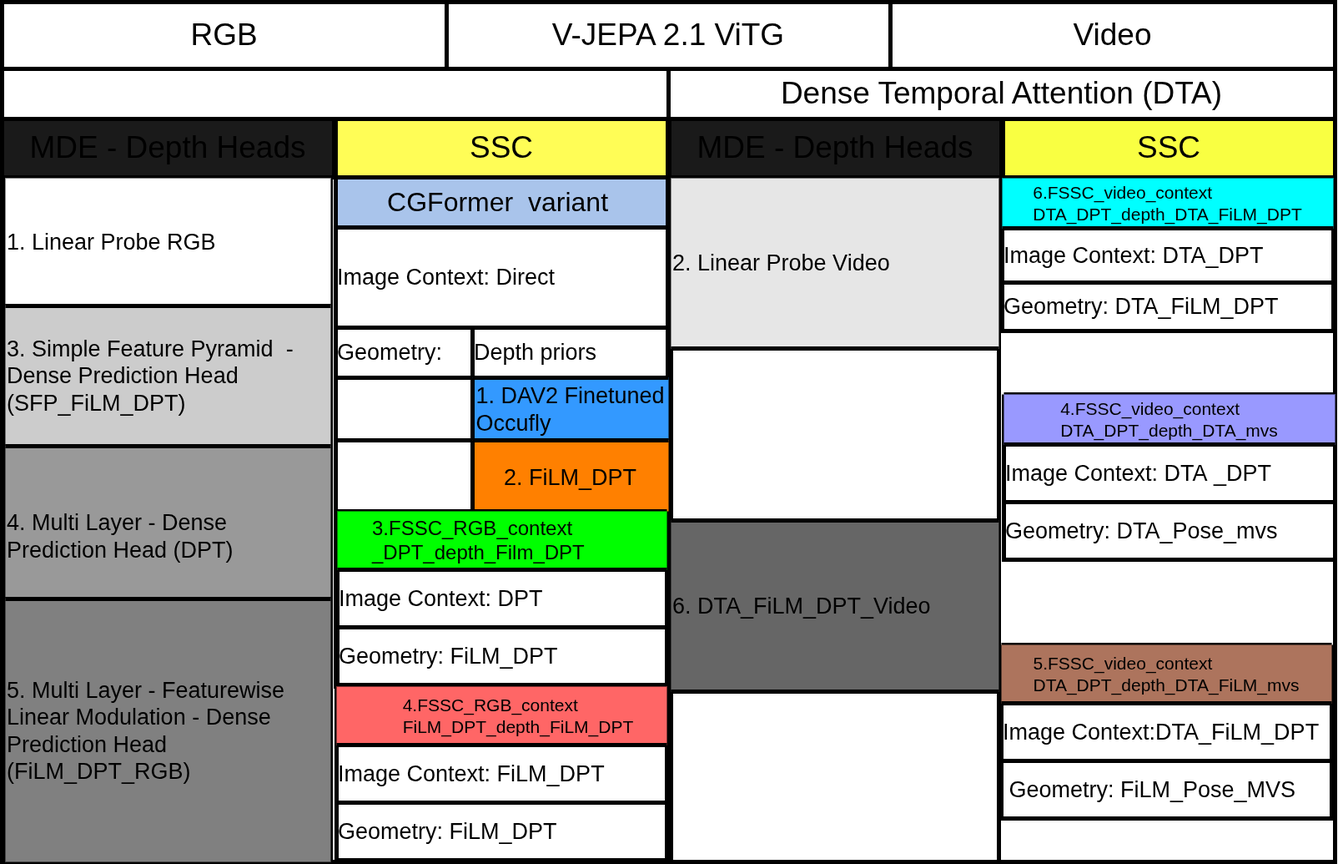
Earlier version of the draw.io export content/images/overview/ev.drawio.png (EXPX3/accv2026_2). Source tidied: cells renumbered, new cells last; positions are measured from the earlier drawing's top-left corner, leaving out a move shared by most shapes.
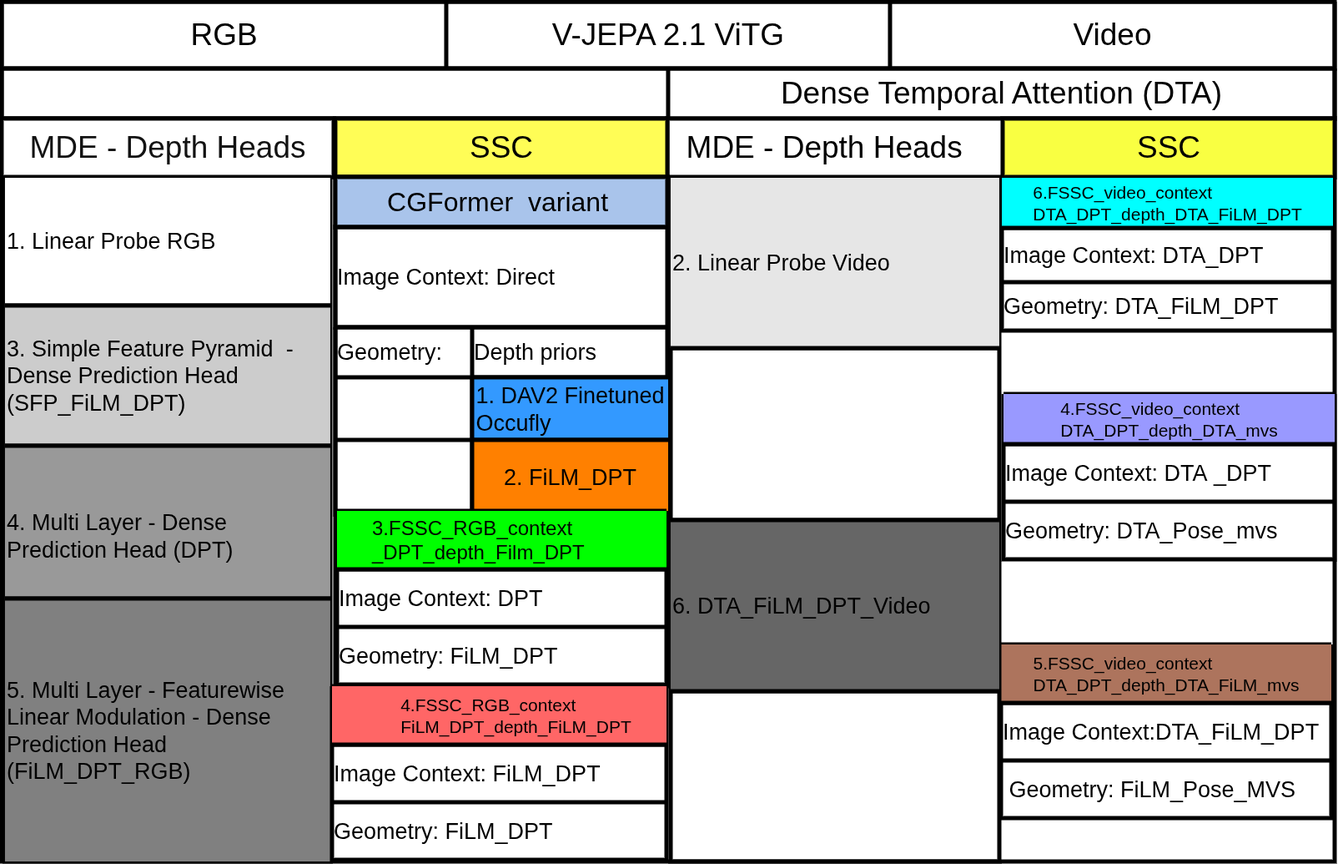
After the change.

Commit message:
for accv26: update paper sources and figures

The edit, as a diff of the source:
```diff
@@ -2,6 +2,9 @@
   <root>
     <mxCell id="0" />
     <mxCell id="1" parent="0" />
+    <mxCell id="9" value="i" style="rounded=0;whiteSpace=wrap;html=1;strokeColor=light-dark(#000000,#000000);fillColor=none;strokeWidth=5;fontColor=light-dark(#000000,#000000);" parent="1" vertex="1">
+      <mxGeometry width="1598" height="1030" as="geometry" />
+    </mxCell>
     <mxCell id="2" style="shape=table;startSize=0;fixedHeader=1;strokeColor=light-dark(#000000,#000000);strokeWidth=5;fontColor=light-dark(#000000,#000000);" parent="1" vertex="1">
       <mxGeometry x="1198" y="770" width="396" height="208" as="geometry" />
     </mxCell>
@@ -23,9 +26,6 @@
     <mxCell id="8" value="&lt;font style=&quot;font-size: 27px;&quot;&gt;&lt;span style=&quot;&quot;&gt;&amp;nbsp;Geometry:&amp;nbsp;&lt;/span&gt;&lt;span style=&quot;&quot;&gt;FiLM_Pose_MVS&lt;/span&gt;&lt;/font&gt;" style="shape=partialRectangle;html=1;whiteSpace=wrap;strokeColor=light-dark(#000000,#000000);overflow=hidden;fillColor=none;top=0;left=0;bottom=0;right=0;align=left;strokeWidth=5;fontColor=light-dark(#000000,#000000);" parent="7" vertex="1">
       <mxGeometry width="396" height="69" as="geometry" />
     </mxCell>
-    <mxCell id="9" value="i" style="rounded=0;whiteSpace=wrap;html=1;strokeColor=light-dark(#000000,#000000);fillColor=none;strokeWidth=5;fontColor=light-dark(#000000,#000000);" parent="1" vertex="1">
-      <mxGeometry width="1598" height="1030" as="geometry" />
-    </mxCell>
     <mxCell id="10" style="shape=table;startSize=0;fixedHeader=1;fillColor=none;strokeColor=light-dark(#000000,#000000);strokeWidth=5;fontColor=light-dark(#000000,#000000);" parent="1" vertex="1">
       <mxGeometry width="1598" height="80" as="geometry" />
     </mxCell>
@@ -56,18 +56,15 @@
     <mxCell id="19" value="&lt;table&gt;&lt;tbody&gt;&lt;tr&gt;&lt;td&gt;&lt;br&gt;&lt;/td&gt;&lt;td&gt;&lt;br&gt;&lt;/td&gt;&lt;/tr&gt;&lt;/tbody&gt;&lt;/table&gt;" style="rounded=0;whiteSpace=wrap;html=1;strokeColor=light-dark(#000000,#000000);strokeWidth=5;fontColor=light-dark(#000000,#000000);" parent="1" vertex="1">
       <mxGeometry y="140" width="798" height="70" as="geometry" />
     </mxCell>
-    <mxCell id="20" style="rounded=0;whiteSpace=wrap;html=1;strokeColor=light-dark(#000000,#000000);strokeWidth=5;fontColor=light-dark(#000000,#000000);" parent="1" vertex="1">
+    <mxCell id="20" value="&lt;span style=&quot;font-size: 37px;&quot;&gt;&amp;nbsp; MDE - Depth Heads&lt;/span&gt;" style="rounded=0;whiteSpace=wrap;html=1;strokeColor=light-dark(#000000,#000000);strokeWidth=5;fontColor=light-dark(#000000,#000000);fillColor=light-dark(#FFFFFF,#FFFFFF);align=left;" parent="1" vertex="1">
       <mxGeometry x="798" y="140" width="798" height="70" as="geometry" />
     </mxCell>
-    <mxCell id="21" value="&lt;div style=&quot;text-align: left;&quot;&gt;&lt;span style=&quot;font-size: 37px;&quot;&gt;MDE - Depth Heads&lt;/span&gt;&lt;/div&gt;" style="rounded=0;whiteSpace=wrap;html=1;fillColor=light-dark(#FFFFFF,#1A1A1A);strokeColor=light-dark(#000000,#000000);strokeWidth=5;fontColor=light-dark(#000000,#000000);" parent="1" vertex="1">
+    <mxCell id="21" value="&lt;div style=&quot;text-align: left;&quot;&gt;&lt;span style=&quot;font-size: 37px;&quot;&gt;MDE - Depth Heads&lt;/span&gt;&lt;/div&gt;" style="rounded=0;whiteSpace=wrap;html=1;fillColor=light-dark(#000000,#FFFFFF);strokeColor=light-dark(#000000,#000000);strokeWidth=5;fontColor=#ffffff;" parent="1" vertex="1">
       <mxGeometry y="140" width="398" height="70" as="geometry" />
     </mxCell>
     <mxCell id="22" value="&lt;div style=&quot;text-align: left;&quot;&gt;&lt;span style=&quot;font-size: 37px;&quot;&gt;&lt;font style=&quot;&quot;&gt;SSC&lt;/font&gt;&lt;/span&gt;&lt;/div&gt;" style="rounded=0;whiteSpace=wrap;html=1;fillColor=light-dark(#FFFFFF,#FFFD56);strokeColor=light-dark(#000000,#000000);strokeWidth=5;fontColor=light-dark(#000000,#000000);" parent="1" vertex="1">
       <mxGeometry x="400" y="140" width="398" height="70" as="geometry" />
     </mxCell>
-    <mxCell id="23" value="&lt;div style=&quot;text-align: left;&quot;&gt;&lt;span style=&quot;font-size: 37px;&quot;&gt;MDE - Depth Heads&lt;/span&gt;&lt;/div&gt;" style="rounded=0;whiteSpace=wrap;html=1;fillColor=light-dark(#FFFFFF,#1A1A1A);strokeColor=light-dark(#000000,#000000);strokeWidth=5;fontColor=light-dark(#000000,#000000);" parent="1" vertex="1">
-      <mxGeometry x="800" y="140" width="398" height="70" as="geometry" />
-    </mxCell>
     <mxCell id="24" value="&lt;div style=&quot;text-align: left;&quot;&gt;&lt;span style=&quot;font-size: 37px;&quot;&gt;&lt;font style=&quot;&quot;&gt;SSC&lt;/font&gt;&lt;/span&gt;&lt;/div&gt;" style="rounded=0;whiteSpace=wrap;html=1;fillColor=light-dark(#FFFFFF,#F9FF42);strokeColor=light-dark(#000000,#000000);strokeWidth=5;fontColor=light-dark(#000000,#000000);" parent="1" vertex="1">
       <mxGeometry x="1200" y="140" width="398" height="70" as="geometry" />
     </mxCell>
@@ -201,52 +198,52 @@
       <mxGeometry width="397" height="69" as="geometry" />
     </mxCell>
     <mxCell id="68" style="shape=table;startSize=0;fixedHeader=1;fillColor=light-dark(#FFFFFF,#FFE599);strokeColor=light-dark(#000000,#000000);strokeWidth=5;fontColor=light-dark(#000000,#000000);" parent="1" vertex="1">
-      <mxGeometry x="401" y="820" width="396" height="208" as="geometry" />
+      <mxGeometry x="396" y="820" width="401" height="208" as="geometry" />
     </mxCell>
     <mxCell id="69" style="shape=tableRow;horizontal=0;startSize=0;swimlaneHead=0;swimlaneBody=0;strokeColor=light-dark(#000000,#000000);top=0;left=0;bottom=0;right=0;fillColor=none;fixedHeader=1;strokeWidth=5;fontColor=light-dark(#000000,#000000);" parent="68" vertex="1">
-      <mxGeometry width="396" height="70" as="geometry" />
+      <mxGeometry width="401" height="70" as="geometry" />
     </mxCell>
     <mxCell id="70" value="&lt;blockquote style=&quot;margin: 0px 0px 0px 40px; border-width: medium; border-style: none; border-color: currentcolor; border-image: initial; padding: 0px;&quot;&gt;&lt;div style=&quot;text-align: left;&quot;&gt;&lt;span style=&quot;font-family: Arial, sans-serif; background-color: transparent;&quot;&gt;&lt;font style=&quot;font-size: 21px;&quot;&gt;4.FSSC_RGB_context&lt;/font&gt;&lt;/span&gt;&lt;/div&gt;&lt;span style=&quot;text-align: left; font-family: Arial, sans-serif;&quot;&gt;&lt;span style=&quot;background-color: transparent;&quot;&gt;&lt;font style=&quot;font-size: 21px;&quot;&gt;FiLM_DPT_depth_FiLM_DPT&lt;/font&gt;&lt;/span&gt;&lt;/span&gt;&lt;/blockquote&gt;" style="shape=partialRectangle;html=1;whiteSpace=wrap;strokeColor=light-dark(#000000,#000000);overflow=hidden;fillColor=light-dark(#FFFFFF,#FF6666);top=0;left=0;bottom=0;right=0;strokeWidth=5;fontColor=light-dark(#000000,#000000);" parent="69" vertex="1">
-      <mxGeometry width="396" height="70" as="geometry" />
+      <mxGeometry width="401" height="70" as="geometry" />
     </mxCell>
     <mxCell id="71" style="shape=tableRow;horizontal=0;startSize=0;swimlaneHead=0;swimlaneBody=0;strokeColor=light-dark(#000000,#000000);top=0;left=0;bottom=0;right=0;fillColor=none;fixedHeader=1;strokeWidth=5;fontColor=light-dark(#000000,#000000);" parent="68" vertex="1">
-      <mxGeometry y="70" width="396" height="69" as="geometry" />
+      <mxGeometry y="70" width="401" height="69" as="geometry" />
     </mxCell>
     <mxCell id="72" value="&lt;font style=&quot;font-size: 27px;&quot;&gt;&lt;span style=&quot;&quot;&gt;Image Context:&amp;nbsp;&lt;/span&gt;&lt;span style=&quot;&quot;&gt;FiLM_DPT&lt;/span&gt;&lt;/font&gt;" style="shape=partialRectangle;html=1;whiteSpace=wrap;strokeColor=light-dark(#000000,#000000);overflow=hidden;fillColor=none;top=0;left=0;bottom=0;right=0;align=left;strokeWidth=5;fontColor=light-dark(#000000,#000000);" parent="71" vertex="1">
-      <mxGeometry width="396" height="69" as="geometry" />
+      <mxGeometry width="401" height="69" as="geometry" />
     </mxCell>
     <mxCell id="73" style="shape=tableRow;horizontal=0;startSize=0;swimlaneHead=0;swimlaneBody=0;strokeColor=light-dark(#000000,#000000);top=0;left=0;bottom=0;right=0;fillColor=none;fixedHeader=1;strokeWidth=5;fontColor=light-dark(#000000,#000000);" parent="68" vertex="1">
-      <mxGeometry y="139" width="396" height="69" as="geometry" />
+      <mxGeometry y="139" width="401" height="69" as="geometry" />
     </mxCell>
     <mxCell id="74" value="&lt;font style=&quot;font-size: 27px;&quot;&gt;&lt;span style=&quot;&quot;&gt;Geometry:&amp;nbsp;&lt;/span&gt;&lt;span style=&quot;&quot;&gt;FiLM_DPT&lt;/span&gt;&lt;/font&gt;" style="shape=partialRectangle;html=1;whiteSpace=wrap;strokeColor=light-dark(#000000,#000000);overflow=hidden;fillColor=none;top=0;left=0;bottom=0;right=0;align=left;strokeWidth=5;fontColor=light-dark(#000000,#000000);" parent="73" vertex="1">
-      <mxGeometry width="396" height="69" as="geometry" />
+      <mxGeometry width="401" height="69" as="geometry" />
     </mxCell>
     <mxCell id="75" style="shape=table;startSize=0;fixedHeader=1;strokeColor=light-dark(#000000,#000000);strokeWidth=5;fontColor=light-dark(#000000,#000000);" parent="1" vertex="1">
-      <mxGeometry x="801.9" y="211" width="393.1" height="819" as="geometry" />
+      <mxGeometry x="801.9" y="211" width="394.1" height="819" as="geometry" />
     </mxCell>
     <mxCell id="76" style="shape=tableRow;horizontal=0;startSize=0;swimlaneHead=0;swimlaneBody=0;strokeColor=light-dark(#000000,#000000);top=0;left=0;bottom=0;right=0;fillColor=none;fixedHeader=1;strokeWidth=5;fontColor=light-dark(#000000,#000000);" parent="75" vertex="1">
-      <mxGeometry width="393.1" height="204" as="geometry" />
+      <mxGeometry width="394.1" height="204" as="geometry" />
     </mxCell>
     <mxCell id="77" value="&lt;span style=&quot;font-size: 27px;&quot;&gt;&lt;font style=&quot;&quot;&gt;2. Linear Probe Video&lt;/font&gt;&lt;/span&gt;" style="shape=partialRectangle;html=1;whiteSpace=wrap;strokeColor=light-dark(#000000,#000000);overflow=hidden;fillColor=light-dark(#FFFFFF,#E6E6E6);top=0;left=0;bottom=0;right=0;align=left;strokeWidth=5;fontColor=light-dark(#000000,#000000);" parent="76" vertex="1">
-      <mxGeometry width="393" height="204" as="geometry" />
+      <mxGeometry width="394" height="204" as="geometry" />
     </mxCell>
     <mxCell id="78" style="shape=tableRow;horizontal=0;startSize=0;swimlaneHead=0;swimlaneBody=0;strokeColor=light-dark(#000000,#000000);top=0;left=0;bottom=0;right=0;fillColor=none;fixedHeader=1;strokeWidth=5;fontColor=light-dark(#000000,#000000);" parent="75" vertex="1">
-      <mxGeometry y="204" width="393.1" height="206" as="geometry" />
+      <mxGeometry y="204" width="394.1" height="206" as="geometry" />
     </mxCell>
     <mxCell id="79" value="&lt;div style=&quot;&quot;&gt;&lt;br&gt;&lt;/div&gt;" style="shape=partialRectangle;html=1;whiteSpace=wrap;strokeColor=light-dark(#000000,#000000);overflow=hidden;fillColor=none;top=0;left=0;bottom=0;right=0;align=left;strokeWidth=5;fontColor=light-dark(#000000,#000000);" parent="78" vertex="1">
-      <mxGeometry width="393" height="206" as="geometry" />
+      <mxGeometry width="394" height="206" as="geometry" />
     </mxCell>
     <mxCell id="80" style="shape=tableRow;horizontal=0;startSize=0;swimlaneHead=0;swimlaneBody=0;strokeColor=light-dark(#000000,#000000);top=0;left=0;bottom=0;right=0;fillColor=none;fixedHeader=1;strokeWidth=5;fontColor=light-dark(#000000,#000000);" parent="75" vertex="1">
-      <mxGeometry y="410" width="393.1" height="205" as="geometry" />
+      <mxGeometry y="410" width="394.1" height="205" as="geometry" />
     </mxCell>
     <mxCell id="81" value="&lt;font style=&quot;font-size: 27px;&quot;&gt;6. DTA_FiLM_DPT_Video&lt;/font&gt;" style="shape=partialRectangle;html=1;whiteSpace=wrap;strokeColor=light-dark(#000000,#000000);overflow=hidden;fillColor=light-dark(#FFFFFF,#666666);top=0;left=0;bottom=0;right=0;align=left;strokeWidth=5;fontColor=light-dark(#000000,#000000);" parent="80" vertex="1">
-      <mxGeometry width="393" height="205" as="geometry" />
+      <mxGeometry width="394" height="205" as="geometry" />
     </mxCell>
     <mxCell id="82" style="shape=tableRow;horizontal=0;startSize=0;swimlaneHead=0;swimlaneBody=0;strokeColor=light-dark(#000000,#000000);top=0;left=0;bottom=0;right=0;fillColor=none;fixedHeader=1;strokeWidth=5;fontColor=light-dark(#000000,#000000);" parent="75" vertex="1">
-      <mxGeometry y="615" width="393.1" height="204" as="geometry" />
+      <mxGeometry y="615" width="394.1" height="204" as="geometry" />
     </mxCell>
     <mxCell id="83" style="shape=partialRectangle;html=1;whiteSpace=wrap;strokeColor=light-dark(#000000,#000000);overflow=hidden;fillColor=none;top=0;left=0;bottom=0;right=0;strokeWidth=5;fontColor=light-dark(#000000,#000000);" parent="82" vertex="1">
-      <mxGeometry width="393" height="204" as="geometry" />
+      <mxGeometry width="394" height="204" as="geometry" />
     </mxCell>
   </root>
 </mxGraphModel>
```
